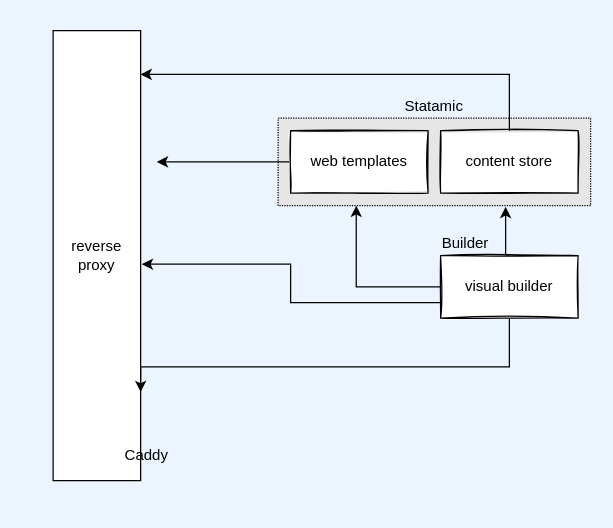
The draw.io diagram Untitled Diagram.drawio in boticello/demo, before the edit. Source tidied: cells renumbered, new cells numbered last; positions are measured from the earlier drawing's top-left corner, leaving out a move shared by most shapes. Both pictures are drawn from the tidied source at 125%, with x=0, y=0 at pixel (52, 30).
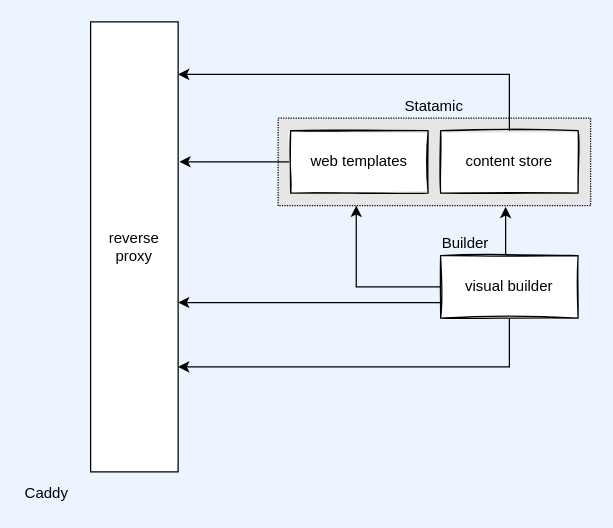
The same diagram, later.

Unchanged cells that the change refers to:
```xml
<mxCell id="5" value="&lt;div&gt;web templates&lt;/div&gt;" style="rounded=0;whiteSpace=wrap;html=1;sketch=1;" parent="1" vertex="1">
  <mxGeometry x="190" y="80" width="110" height="50" as="geometry" />
</mxCell>
<mxCell id="13" value="visual builder" style="rounded=0;whiteSpace=wrap;html=1;sketch=1;" parent="1" vertex="1">
  <mxGeometry x="310" y="180" width="110" height="50" as="geometry" />
</mxCell>
```

Change to the diagram source:
```diff
@@
     <mxCell id="3" value="reverse proxy" style="rounded=0;whiteSpace=wrap;html=1;" parent="1" vertex="1">
-      <mxGeometry width="70" height="360" as="geometry" />
+      <mxGeometry x="30" y="-7" width="70" height="360" as="geometry" />
     </mxCell>
-    <mxCell id="4" style="edgeStyle=orthogonalEdgeStyle;rounded=0;jettySize=auto;html=1;" parent="1" edge="1" source="5">
-      <mxGeometry relative="1" as="geometry">
-        <mxPoint x="83" y="105" as="targetPoint" />
-      </mxGeometry>
+    <mxCell id="4" style="edgeStyle=orthogonalEdgeStyle;rounded=0;jettySize=auto;html=1;entryX=1.014;entryY=0.311;entryDx=0;entryDy=0;entryPerimeter=0;" parent="1" edge="1" source="5" target="3">
+      <mxGeometry relative="1" as="geometry" />
     </mxCell>
@@
-    <mxCell id="11" style="edgeStyle=orthogonalEdgeStyle;rounded=0;jettySize=auto;html=1;exitX=0.5;exitY=1;exitDx=0;exitDy=0;sketch=0;entryX=1;entryY=0.803;entryDx=0;entryDy=0;entryPerimeter=0;" parent="1" edge="1" source="13" target="3">
+    <mxCell id="11" style="edgeStyle=orthogonalEdgeStyle;rounded=0;jettySize=auto;html=1;exitX=0.5;exitY=1;exitDx=0;exitDy=0;sketch=0;" parent="1" edge="1" source="13" target="3">
       <mxGeometry relative="1" as="geometry">
         <Array as="points">
           <mxPoint x="365" y="269" />
         </Array>
       </mxGeometry>
     </mxCell>
-    <mxCell id="12" style="edgeStyle=orthogonalEdgeStyle;rounded=0;sketch=0;jettySize=auto;html=1;exitX=0;exitY=0.75;exitDx=0;exitDy=0;entryX=1.014;entryY=0.519;entryDx=0;entryDy=0;entryPerimeter=0;" parent="1" edge="1" source="13" target="3">
-      <mxGeometry relative="1" as="geometry" />
+    <mxCell id="12" style="edgeStyle=orthogonalEdgeStyle;rounded=0;sketch=0;jettySize=auto;html=1;exitX=0;exitY=0.75;exitDx=0;exitDy=0;" parent="1" edge="1" source="13" target="3">
+      <mxGeometry relative="1" as="geometry">
+        <Array as="points">
+          <mxPoint x="150" y="218" />
+          <mxPoint x="150" y="218" />
+        </Array>
+      </mxGeometry>
     </mxCell>
@@
     <mxCell id="15" value="Caddy" style="text;html=1;strokeColor=none;fillColor=none;align=center;verticalAlign=middle;whiteSpace=wrap;rounded=0;dashed=1;dashPattern=1 1;sketch=0;" parent="1" vertex="1">
-      <mxGeometry x="55" y="330" width="40" height="20" as="geometry" />
+      <mxGeometry x="-25" y="360" width="40" height="20" as="geometry" />
     </mxCell>
```
